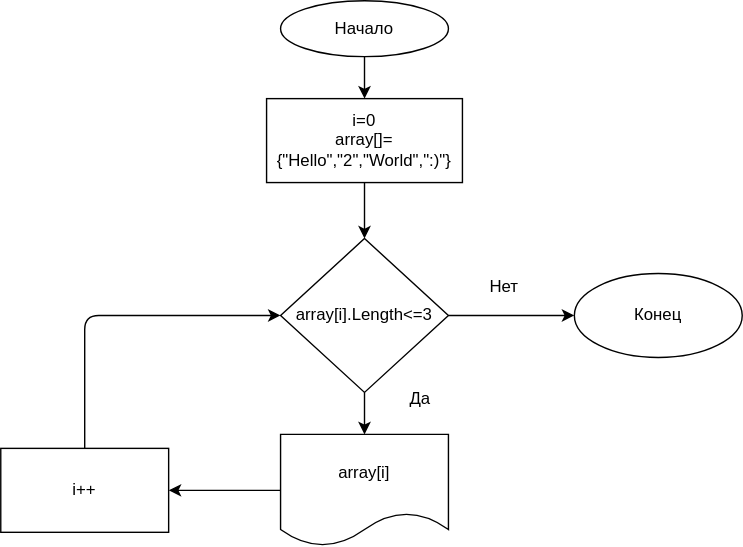
Before: block_diagram.drawio.svg, a diagram exported from draw.io (PolinaLihane/test1). Source tidied: cells renumbered, new cells last; positions are measured from the earlier drawing's top-left corner, leaving out a move shared by most shapes.
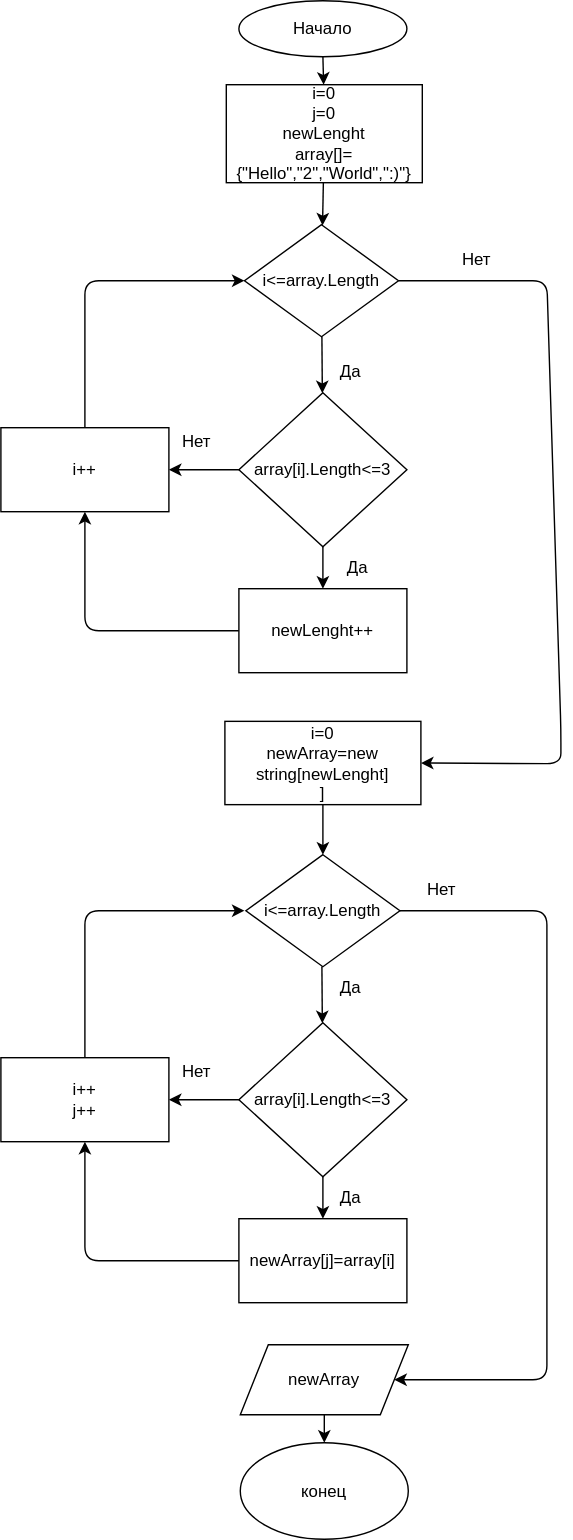
After the commit.

The edit, as a diff of the source:
```diff
@@ -8,47 +8,154 @@
     <mxCell id="3" value="Начало" style="ellipse;whiteSpace=wrap;html=1;" parent="1" vertex="1">
       <mxGeometry x="200" width="120" height="40" as="geometry" />
     </mxCell>
-    <mxCell id="4" style="edgeStyle=none;html=1;" parent="1" edge="1" source="5" target="8">
-      <mxGeometry relative="1" as="geometry" />
-    </mxCell>
+    <mxCell id="16" style="edgeStyle=none;html=1;" parent="1" edge="1" source="5" target="21">
+      <mxGeometry relative="1" as="geometry" />
+    </mxCell>
-    <mxCell id="5" value="i=0&lt;br&gt;array[]={&quot;Hello&quot;,&quot;2&quot;,&quot;World&quot;,&quot;:)&quot;}" style="rounded=0;whiteSpace=wrap;html=1;" parent="1" vertex="1">
-      <mxGeometry x="190" y="70" width="140" height="60" as="geometry" />
+    <mxCell id="5" value="i=0&lt;br&gt;j=0&lt;br&gt;newLenght&lt;br&gt;array[]={&quot;Hello&quot;,&quot;2&quot;,&quot;World&quot;,&quot;:)&quot;}" style="rounded=0;whiteSpace=wrap;html=1;" parent="1" vertex="1">
+      <mxGeometry x="191" y="60" width="140" height="70" as="geometry" />
     </mxCell>
     <mxCell id="6" style="edgeStyle=none;html=1;" parent="1" edge="1" source="8">
       <mxGeometry relative="1" as="geometry">
-        <mxPoint x="260" y="310" as="targetPoint" />
+        <mxPoint x="260" y="420" as="targetPoint" />
       </mxGeometry>
     </mxCell>
-    <mxCell id="7" style="edgeStyle=none;html=1;" parent="1" edge="1" source="8" target="14">
-      <mxGeometry relative="1" as="geometry" />
-    </mxCell>
+    <mxCell id="17" style="edgeStyle=none;html=1;" parent="1" edge="1" source="8" target="24">
+      <mxGeometry relative="1" as="geometry" />
+    </mxCell>
     <mxCell id="8" value="array[i].Length&amp;lt;=3" style="rhombus;whiteSpace=wrap;html=1;rounded=0;" parent="1" vertex="1">
-      <mxGeometry x="200" y="170" width="120" height="110" as="geometry" />
+      <mxGeometry x="200" y="280" width="120" height="110" as="geometry" />
     </mxCell>
-    <mxCell id="9" style="edgeStyle=none;html=1;" parent="1" edge="1" source="10" target="12">
-      <mxGeometry relative="1" as="geometry" />
+    <mxCell id="9" style="edgeStyle=none;html=1;" parent="1" edge="1" target="12">
+      <mxGeometry relative="1" as="geometry">
+        <mxPoint x="200" y="460" as="sourcePoint" />
+      </mxGeometry>
     </mxCell>
-    <mxCell id="10" value="array[i]" style="shape=document;whiteSpace=wrap;html=1;boundedLbl=1;" parent="1" vertex="1">
-      <mxGeometry x="200" y="310" width="120" height="80" as="geometry" />
-    </mxCell>
-    <mxCell id="11" style="edgeStyle=none;html=1;entryX=0;entryY=0.5;entryDx=0;entryDy=0;" parent="1" edge="1" source="12" target="8">
-      <mxGeometry relative="1" as="geometry">
-        <Array as="points">
-          <mxPoint x="60" y="225" />
-        </Array>
-      </mxGeometry>
-    </mxCell>
+    <mxCell id="18" style="edgeStyle=none;html=1;entryX=0.5;entryY=1;entryDx=0;entryDy=0;" parent="1" edge="1" source="12" target="24">
+      <mxGeometry relative="1" as="geometry">
+        <Array as="points">
+          <mxPoint x="90" y="450" />
+        </Array>
+      </mxGeometry>
+    </mxCell>
-    <mxCell id="12" value="i++" style="whiteSpace=wrap;html=1;" parent="1" vertex="1">
-      <mxGeometry y="320" width="120" height="60" as="geometry" />
+    <mxCell id="12" value="newLenght++" style="whiteSpace=wrap;html=1;" parent="1" vertex="1">
+      <mxGeometry x="200" y="420" width="120" height="60" as="geometry" />
     </mxCell>
     <mxCell id="13" value="Да" style="text;html=1;strokeColor=none;fillColor=none;align=center;verticalAlign=middle;whiteSpace=wrap;rounded=0;" parent="1" vertex="1">
-      <mxGeometry x="270" y="270" width="60" height="30" as="geometry" />
+      <mxGeometry x="255" y="390" width="60" height="30" as="geometry" />
     </mxCell>
-    <mxCell id="14" value="Конец" style="ellipse;whiteSpace=wrap;html=1;rounded=0;" parent="1" vertex="1">
-      <mxGeometry x="410" y="195" width="120" height="60" as="geometry" />
-    </mxCell>
     <mxCell id="15" value="Нет" style="text;html=1;strokeColor=none;fillColor=none;align=center;verticalAlign=middle;whiteSpace=wrap;rounded=0;" parent="1" vertex="1">
-      <mxGeometry x="330" y="190" width="60" height="30" as="geometry" />
+      <mxGeometry x="140" y="300" width="60" height="30" as="geometry" />
     </mxCell>
+    <mxCell id="19" style="edgeStyle=none;html=1;" parent="1" edge="1" source="21" target="8">
+      <mxGeometry relative="1" as="geometry" />
+    </mxCell>
+    <mxCell id="20" style="edgeStyle=none;html=1;exitX=1;exitY=0.5;exitDx=0;exitDy=0;entryX=1;entryY=0.5;entryDx=0;entryDy=0;" parent="1" edge="1" source="21" target="26">
+      <mxGeometry relative="1" as="geometry">
+        <Array as="points">
+          <mxPoint x="420" y="200" />
+          <mxPoint x="430" y="520" />
+          <mxPoint x="430" y="545" />
+        </Array>
+      </mxGeometry>
+    </mxCell>
+    <mxCell id="21" value="i&amp;lt;=array.Length" style="rhombus;whiteSpace=wrap;html=1;" parent="1" vertex="1">
+      <mxGeometry x="204" y="160" width="110" height="80" as="geometry" />
+    </mxCell>
+    <mxCell id="22" value="Да" style="text;html=1;strokeColor=none;fillColor=none;align=center;verticalAlign=middle;whiteSpace=wrap;rounded=0;" parent="1" vertex="1">
+      <mxGeometry x="250" y="250" width="60" height="30" as="geometry" />
+    </mxCell>
+    <mxCell id="23" style="edgeStyle=none;html=1;entryX=0;entryY=0.5;entryDx=0;entryDy=0;" parent="1" edge="1" source="24" target="21">
+      <mxGeometry relative="1" as="geometry">
+        <Array as="points">
+          <mxPoint x="90" y="200" />
+        </Array>
+      </mxGeometry>
+    </mxCell>
+    <mxCell id="24" value="i++" style="rounded=0;whiteSpace=wrap;html=1;" parent="1" vertex="1">
+      <mxGeometry x="30" y="305" width="120" height="60" as="geometry" />
+    </mxCell>
+    <mxCell id="25" style="edgeStyle=none;html=1;exitX=0.5;exitY=1;exitDx=0;exitDy=0;" parent="1" edge="1" source="26" target="40">
+      <mxGeometry relative="1" as="geometry" />
+    </mxCell>
+    <mxCell id="26" value="i=0&lt;br&gt;newArray=new string[newLenght]&lt;br&gt;]" style="rounded=0;whiteSpace=wrap;html=1;" parent="1" vertex="1">
+      <mxGeometry x="190" y="514.8" width="140" height="59.5" as="geometry" />
+    </mxCell>
+    <mxCell id="27" style="edgeStyle=none;html=1;" parent="1" edge="1" source="29">
+      <mxGeometry relative="1" as="geometry">
+        <mxPoint x="260" y="870" as="targetPoint" />
+      </mxGeometry>
+    </mxCell>
+    <mxCell id="28" style="edgeStyle=none;html=1;" parent="1" edge="1" source="29" target="38">
+      <mxGeometry relative="1" as="geometry" />
+    </mxCell>
+    <mxCell id="29" value="array[i].Length&amp;lt;=3" style="rhombus;whiteSpace=wrap;html=1;rounded=0;" parent="1" vertex="1">
+      <mxGeometry x="200" y="730" width="120" height="110" as="geometry" />
+    </mxCell>
+    <mxCell id="30" style="edgeStyle=none;html=1;" parent="1" edge="1" target="32">
+      <mxGeometry relative="1" as="geometry">
+        <mxPoint x="200" y="910" as="sourcePoint" />
+      </mxGeometry>
+    </mxCell>
+    <mxCell id="31" style="edgeStyle=none;html=1;entryX=0.5;entryY=1;entryDx=0;entryDy=0;" parent="1" edge="1" source="32" target="38">
+      <mxGeometry relative="1" as="geometry">
+        <Array as="points">
+          <mxPoint x="90" y="900" />
+        </Array>
+      </mxGeometry>
+    </mxCell>
+    <mxCell id="32" value="newArray[j]=array[i]" style="whiteSpace=wrap;html=1;" parent="1" vertex="1">
+      <mxGeometry x="200" y="870" width="120" height="60" as="geometry" />
+    </mxCell>
+    <mxCell id="33" value="Да" style="text;html=1;strokeColor=none;fillColor=none;align=center;verticalAlign=middle;whiteSpace=wrap;rounded=0;" parent="1" vertex="1">
+      <mxGeometry x="250" y="840" width="60" height="30" as="geometry" />
+    </mxCell>
+    <mxCell id="34" value="Нет" style="text;html=1;strokeColor=none;fillColor=none;align=center;verticalAlign=middle;whiteSpace=wrap;rounded=0;" parent="1" vertex="1">
+      <mxGeometry x="140" y="750" width="60" height="30" as="geometry" />
+    </mxCell>
+    <mxCell id="35" style="edgeStyle=none;html=1;" parent="1" edge="1" target="29">
+      <mxGeometry relative="1" as="geometry">
+        <mxPoint x="259.3" y="689.8" as="sourcePoint" />
+      </mxGeometry>
+    </mxCell>
+    <mxCell id="36" value="Да" style="text;html=1;strokeColor=none;fillColor=none;align=center;verticalAlign=middle;whiteSpace=wrap;rounded=0;" parent="1" vertex="1">
+      <mxGeometry x="250" y="690" width="60" height="30" as="geometry" />
+    </mxCell>
+    <mxCell id="37" style="edgeStyle=none;html=1;entryX=0;entryY=0.5;entryDx=0;entryDy=0;" parent="1" edge="1" source="38">
+      <mxGeometry relative="1" as="geometry">
+        <mxPoint x="204" y="650" as="targetPoint" />
+        <Array as="points">
+          <mxPoint x="90" y="650" />
+        </Array>
+      </mxGeometry>
+    </mxCell>
+    <mxCell id="38" value="i++&lt;br&gt;j++" style="rounded=0;whiteSpace=wrap;html=1;" parent="1" vertex="1">
+      <mxGeometry x="30" y="755" width="120" height="60" as="geometry" />
+    </mxCell>
+    <mxCell id="39" style="edgeStyle=none;html=1;" parent="1" edge="1" source="40" target="43">
+      <mxGeometry relative="1" as="geometry">
+        <Array as="points">
+          <mxPoint x="420" y="650" />
+          <mxPoint x="420" y="985" />
+        </Array>
+      </mxGeometry>
+    </mxCell>
+    <mxCell id="40" value="i&amp;lt;=array.Length" style="rhombus;whiteSpace=wrap;html=1;" parent="1" vertex="1">
+      <mxGeometry x="205" y="610" width="110" height="80" as="geometry" />
+    </mxCell>
+    <mxCell id="41" value="Нет" style="text;html=1;strokeColor=none;fillColor=none;align=center;verticalAlign=middle;whiteSpace=wrap;rounded=0;" parent="1" vertex="1">
+      <mxGeometry x="340" y="170" width="60" height="30" as="geometry" />
+    </mxCell>
+    <mxCell id="42" style="edgeStyle=none;html=1;exitX=0.5;exitY=1;exitDx=0;exitDy=0;entryX=0.5;entryY=0;entryDx=0;entryDy=0;" parent="1" edge="1" source="43" target="45">
+      <mxGeometry relative="1" as="geometry" />
+    </mxCell>
+    <mxCell id="43" value="newArray" style="shape=parallelogram;perimeter=parallelogramPerimeter;whiteSpace=wrap;html=1;fixedSize=1;" parent="1" vertex="1">
+      <mxGeometry x="201" y="960" width="120" height="50" as="geometry" />
+    </mxCell>
+    <mxCell id="44" value="Нет" style="text;html=1;strokeColor=none;fillColor=none;align=center;verticalAlign=middle;whiteSpace=wrap;rounded=0;" parent="1" vertex="1">
+      <mxGeometry x="315" y="620" width="60" height="30" as="geometry" />
+    </mxCell>
+    <mxCell id="45" value="конец" style="ellipse;whiteSpace=wrap;html=1;" parent="1" vertex="1">
+      <mxGeometry x="201" y="1030" width="120" height="69" as="geometry" />
+    </mxCell>
   </root>
 </mxGraphModel>
```
